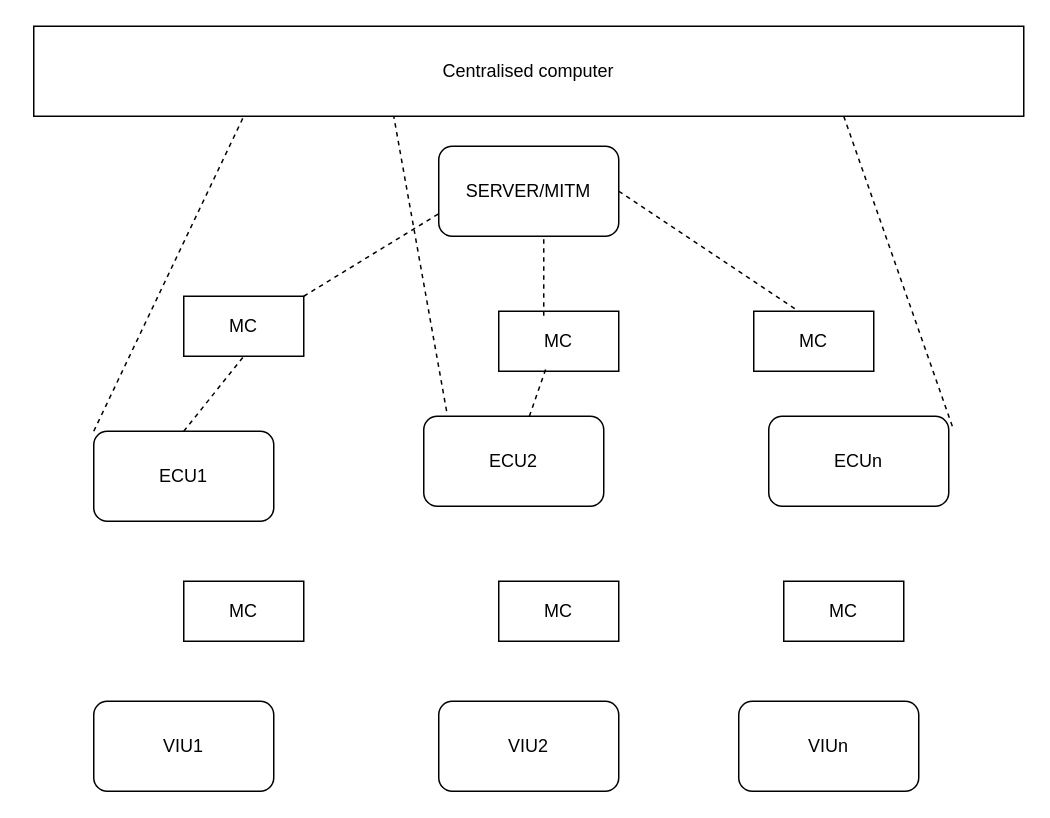
Earlier version of the draw.io diagram environmental setup.drawio (Sindhu281998/skills-introduction-to-github). Source tidied: cells renumbered, new cells numbered last; positions are measured from the earlier drawing's top-left corner, leaving out a move shared by most shapes. Both pictures are drawn from the tidied source at 150%, with x=0, y=0 at pixel (33, 26).
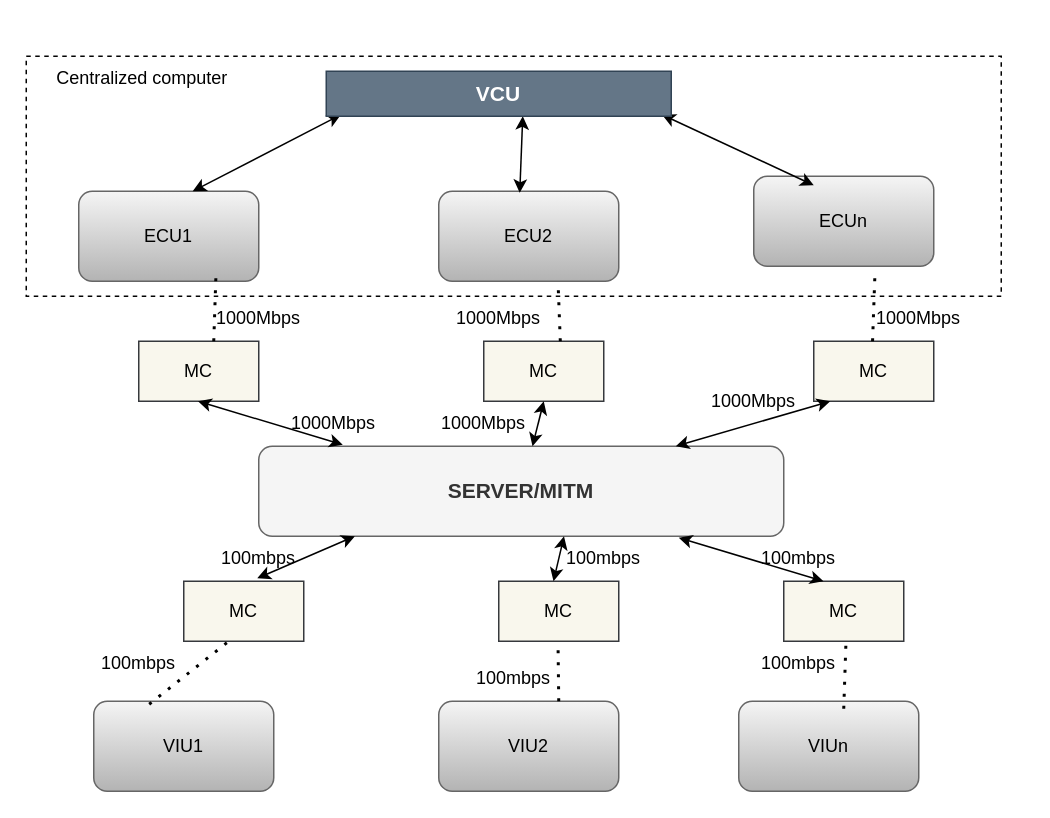
Above is the later version.

The edit, as a diff of the source:
```diff
@@
-    <mxCell id="2" value="SERVER/MITM" style="rounded=1;whiteSpace=wrap;html=1;" parent="1" vertex="1">
-      <mxGeometry x="270" y="80" width="120" height="60" as="geometry" />
+    <mxCell id="2" value="&lt;font style=&quot;font-size: 14px;&quot;&gt;&lt;b&gt;SERVER/MITM&lt;/b&gt;&lt;/font&gt;" style="rounded=1;whiteSpace=wrap;html=1;fillColor=#f5f5f5;fontColor=#333333;strokeColor=#666666;" parent="1" vertex="1">
+      <mxGeometry x="150" y="280" width="350" height="60" as="geometry" />
     </mxCell>
-    <mxCell id="3" value="ECU1" style="rounded=1;whiteSpace=wrap;html=1;" parent="1" vertex="1">
-      <mxGeometry x="40" y="270" width="120" height="60" as="geometry" />
+    <mxCell id="3" value="ECU1" style="rounded=1;whiteSpace=wrap;html=1;fillColor=#f5f5f5;gradientColor=#b3b3b3;strokeColor=#666666;" parent="1" vertex="1">
+      <mxGeometry x="30" y="110" width="120" height="60" as="geometry" />
     </mxCell>
-    <mxCell id="4" value="ECU2" style="rounded=1;whiteSpace=wrap;html=1;" parent="1" vertex="1">
-      <mxGeometry x="260" y="260" width="120" height="60" as="geometry" />
+    <mxCell id="4" value="ECU2" style="rounded=1;whiteSpace=wrap;html=1;fillColor=#f5f5f5;gradientColor=#b3b3b3;strokeColor=#666666;" parent="1" vertex="1">
+      <mxGeometry x="270" y="110" width="120" height="60" as="geometry" />
     </mxCell>
-    <mxCell id="5" value="ECUn" style="rounded=1;whiteSpace=wrap;html=1;" parent="1" vertex="1">
-      <mxGeometry x="490" y="260" width="120" height="60" as="geometry" />
+    <mxCell id="5" value="ECUn" style="rounded=1;whiteSpace=wrap;html=1;fillColor=#f5f5f5;gradientColor=#b3b3b3;strokeColor=#666666;" parent="1" vertex="1">
+      <mxGeometry x="480" y="100" width="120" height="60" as="geometry" />
     </mxCell>
-    <mxCell id="6" value="MC" style="rounded=0;whiteSpace=wrap;html=1;" parent="1" vertex="1">
-      <mxGeometry x="100" y="180" width="80" height="40" as="geometry" />
+    <mxCell id="6" value="MC" style="rounded=0;whiteSpace=wrap;html=1;fillColor=#f9f7ed;strokeColor=#36393d;" parent="1" vertex="1">
+      <mxGeometry x="70" y="210" width="80" height="40" as="geometry" />
     </mxCell>
-    <mxCell id="7" value="MC" style="rounded=0;whiteSpace=wrap;html=1;" parent="1" vertex="1">
-      <mxGeometry x="310" y="190" width="80" height="40" as="geometry" />
+    <mxCell id="7" value="MC" style="rounded=0;whiteSpace=wrap;html=1;fillColor=#f9f7ed;strokeColor=#36393d;" parent="1" vertex="1">
+      <mxGeometry x="300" y="210" width="80" height="40" as="geometry" />
     </mxCell>
-    <mxCell id="8" value="MC" style="rounded=0;whiteSpace=wrap;html=1;" parent="1" vertex="1">
-      <mxGeometry x="480" y="190" width="80" height="40" as="geometry" />
+    <mxCell id="8" value="MC" style="rounded=0;whiteSpace=wrap;html=1;fillColor=#f9f7ed;strokeColor=#36393d;" parent="1" vertex="1">
+      <mxGeometry x="520" y="210" width="80" height="40" as="geometry" />
     </mxCell>
-    <mxCell id="9" value="MC" style="rounded=0;whiteSpace=wrap;html=1;" parent="1" vertex="1">
+    <mxCell id="9" value="MC" style="rounded=0;whiteSpace=wrap;html=1;fillColor=#f9f7ed;strokeColor=#36393d;" parent="1" vertex="1">
       <mxGeometry x="100" y="370" width="80" height="40" as="geometry" />
     </mxCell>
-    <mxCell id="10" value="MC" style="rounded=0;whiteSpace=wrap;html=1;" parent="1" vertex="1">
+    <mxCell id="10" value="MC" style="rounded=0;whiteSpace=wrap;html=1;fillColor=#f9f7ed;strokeColor=#36393d;" parent="1" vertex="1">
       <mxGeometry x="310" y="370" width="80" height="40" as="geometry" />
     </mxCell>
-    <mxCell id="11" value="MC" style="rounded=0;whiteSpace=wrap;html=1;" parent="1" vertex="1">
+    <mxCell id="11" value="MC" style="rounded=0;whiteSpace=wrap;html=1;fillColor=#f9f7ed;strokeColor=#36393d;" parent="1" vertex="1">
       <mxGeometry x="500" y="370" width="80" height="40" as="geometry" />
     </mxCell>
-    <mxCell id="12" value="VIU1" style="rounded=1;whiteSpace=wrap;html=1;" parent="1" vertex="1">
+    <mxCell id="12" value="VIU1" style="rounded=1;whiteSpace=wrap;html=1;fillColor=#f5f5f5;gradientColor=#b3b3b3;strokeColor=#666666;" parent="1" vertex="1">
       <mxGeometry x="40" y="450" width="120" height="60" as="geometry" />
     </mxCell>
-    <mxCell id="13" value="VIU2" style="rounded=1;whiteSpace=wrap;html=1;" parent="1" vertex="1">
+    <mxCell id="13" value="VIU2" style="rounded=1;whiteSpace=wrap;html=1;fillColor=#f5f5f5;gradientColor=#b3b3b3;strokeColor=#666666;" parent="1" vertex="1">
       <mxGeometry x="270" y="450" width="120" height="60" as="geometry" />
     </mxCell>
-    <mxCell id="14" value="VIUn" style="rounded=1;whiteSpace=wrap;html=1;" parent="1" vertex="1">
+    <mxCell id="14" value="VIUn" style="rounded=1;whiteSpace=wrap;html=1;fillColor=#f5f5f5;gradientColor=#b3b3b3;strokeColor=#666666;" parent="1" vertex="1">
       <mxGeometry x="470" y="450" width="120" height="60" as="geometry" />
     </mxCell>
-    <mxCell id="15" value="Centralised computer" style="rounded=0;whiteSpace=wrap;html=1;" parent="1" vertex="1">
-      <mxGeometry width="660" height="60" as="geometry" />
-    </mxCell>
-    <mxCell id="16" style="endArrow=none;dashed=1;html=1;rounded=0;entryX=0;entryY=0.75;entryDx=0;entryDy=0;" parent="1" edge="1" target="2">
-      <mxGeometry relative="1" as="geometry">
-        <mxPoint x="180" y="180" as="sourcePoint" />
-      </mxGeometry>
-    </mxCell>
-    <mxCell id="17" style="endArrow=none;dashed=1;html=1;rounded=0;exitX=0.375;exitY=-0.175;exitDx=0;exitDy=0;exitPerimeter=0;" parent="1" edge="1">
-      <mxGeometry relative="1" as="geometry">
-        <mxPoint x="340" y="193" as="sourcePoint" />
-        <mxPoint x="340" y="140" as="targetPoint" />
-      </mxGeometry>
-    </mxCell>
-    <mxCell id="18" style="endArrow=none;dashed=1;html=1;rounded=0;exitX=1;exitY=0.5;exitDx=0;exitDy=0;" parent="1" edge="1" source="2">
-      <mxGeometry relative="1" as="geometry">
-        <mxPoint x="510" y="190" as="targetPoint" />
-      </mxGeometry>
-    </mxCell>
-    <mxCell id="19" style="endArrow=none;dashed=1;html=1;rounded=0;entryX=0;entryY=0.75;entryDx=0;entryDy=0;exitX=0;exitY=0;exitDx=0;exitDy=0;" parent="1" edge="1" source="3">
-      <mxGeometry relative="1" as="geometry">
-        <mxPoint x="140" y="60" as="targetPoint" />
-      </mxGeometry>
-    </mxCell>
-    <mxCell id="20" style="endArrow=none;dashed=1;html=1;rounded=0;entryX=0.395;entryY=0.945;entryDx=0;entryDy=0;entryPerimeter=0;" parent="1" edge="1" source="4" target="7">
-      <mxGeometry relative="1" as="geometry" />
-    </mxCell>
-    <mxCell id="21" style="endArrow=none;dashed=1;html=1;rounded=0;exitX=1;exitY=0.5;exitDx=0;exitDy=0;entryX=1.023;entryY=0.13;entryDx=0;entryDy=0;entryPerimeter=0;" parent="1" edge="1" target="5">
-      <mxGeometry relative="1" as="geometry">
-        <mxPoint x="540" y="60" as="sourcePoint" />
-      </mxGeometry>
-    </mxCell>
-    <mxCell id="22" style="endArrow=none;dashed=1;html=1;rounded=0;entryX=0.75;entryY=1;entryDx=0;entryDy=0;exitX=0.5;exitY=0;exitDx=0;exitDy=0;" parent="1" edge="1" source="3">
-      <mxGeometry relative="1" as="geometry">
-        <mxPoint x="140" y="220" as="targetPoint" />
-      </mxGeometry>
-    </mxCell>
-    <mxCell id="23" style="endArrow=none;dashed=1;html=1;rounded=0;exitX=0.127;exitY=-0.057;exitDx=0;exitDy=0;exitPerimeter=0;" parent="1" edge="1" source="4">
-      <mxGeometry relative="1" as="geometry">
-        <mxPoint x="240" y="60" as="targetPoint" />
-      </mxGeometry>
-    </mxCell>
+    <mxCell id="24" style="endArrow=classic;startArrow=classic;html=1;rounded=0;entryX=0.161;entryY=0.983;entryDx=0;entryDy=0;entryPerimeter=0;exitX=0.633;exitY=0;exitDx=0;exitDy=0;exitPerimeter=0;" parent="1" edge="1" source="3">
+      <mxGeometry relative="1" as="geometry">
+        <mxPoint x="204.7" y="59" as="targetPoint" />
+      </mxGeometry>
+    </mxCell>
+    <mxCell id="25" style="endArrow=classic;startArrow=classic;html=1;rounded=0;entryX=0.148;entryY=1.067;entryDx=0;entryDy=0;entryPerimeter=0;exitX=0.45;exitY=0.017;exitDx=0;exitDy=0;exitPerimeter=0;" parent="1" edge="1" source="4">
+      <mxGeometry relative="1" as="geometry">
+        <mxPoint x="326" y="60" as="targetPoint" />
+      </mxGeometry>
+    </mxCell>
+    <mxCell id="26" style="endArrow=classic;startArrow=classic;html=1;rounded=0;entryX=0.791;entryY=0.983;entryDx=0;entryDy=0;entryPerimeter=0;exitX=0.633;exitY=0;exitDx=0;exitDy=0;exitPerimeter=0;" parent="1" edge="1">
+      <mxGeometry relative="1" as="geometry">
+        <mxPoint x="520" y="106" as="sourcePoint" />
+        <mxPoint x="418.9" y="59" as="targetPoint" />
+      </mxGeometry>
+    </mxCell>
+    <mxCell id="27" style="endArrow=classic;startArrow=classic;html=1;rounded=0;entryX=0.161;entryY=0.983;entryDx=0;entryDy=0;entryPerimeter=0;exitX=0.16;exitY=-0.017;exitDx=0;exitDy=0;exitPerimeter=0;" parent="1" edge="1" source="2">
+      <mxGeometry relative="1" as="geometry">
+        <mxPoint x="109.5" y="250" as="targetPoint" />
+      </mxGeometry>
+    </mxCell>
+    <mxCell id="28" style="endArrow=classic;startArrow=classic;html=1;rounded=0;entryX=0.161;entryY=0.983;entryDx=0;entryDy=0;entryPerimeter=0;" parent="1" edge="1" source="2">
+      <mxGeometry relative="1" as="geometry">
+        <mxPoint x="340" y="250" as="targetPoint" />
+      </mxGeometry>
+    </mxCell>
+    <mxCell id="29" style="endArrow=classic;startArrow=classic;html=1;rounded=0;entryX=0.148;entryY=1.067;entryDx=0;entryDy=0;entryPerimeter=0;" parent="1" edge="1" source="2">
+      <mxGeometry relative="1" as="geometry">
+        <mxPoint x="531" y="250" as="targetPoint" />
+      </mxGeometry>
+    </mxCell>
+    <mxCell id="30" style="endArrow=classic;startArrow=classic;html=1;rounded=0;entryX=0.183;entryY=1;entryDx=0;entryDy=0;entryPerimeter=0;exitX=0.613;exitY=-0.05;exitDx=0;exitDy=0;exitPerimeter=0;" parent="1" edge="1" source="9" target="2">
+      <mxGeometry relative="1" as="geometry" />
+    </mxCell>
+    <mxCell id="31" style="endArrow=classic;startArrow=classic;html=1;rounded=0;entryX=0.161;entryY=0.983;entryDx=0;entryDy=0;entryPerimeter=0;exitX=0.16;exitY=-0.017;exitDx=0;exitDy=0;exitPerimeter=0;" parent="1" edge="1">
+      <mxGeometry relative="1" as="geometry">
+        <mxPoint x="526.5" y="370" as="sourcePoint" />
+        <mxPoint x="430" y="341" as="targetPoint" />
+      </mxGeometry>
+    </mxCell>
+    <mxCell id="32" style="endArrow=classic;startArrow=classic;html=1;rounded=0;entryX=0.161;entryY=0.983;entryDx=0;entryDy=0;entryPerimeter=0;" parent="1" edge="1">
+      <mxGeometry relative="1" as="geometry">
+        <mxPoint x="346.5" y="370" as="sourcePoint" />
+        <mxPoint x="353.5" y="340" as="targetPoint" />
+      </mxGeometry>
+    </mxCell>
+    <mxCell id="33" style="endArrow=none;dashed=1;html=1;dashPattern=1 3;strokeWidth=2;rounded=0;" parent="1" edge="1">
+      <mxGeometry relative="1" as="geometry">
+        <mxPoint x="350" y="450" as="sourcePoint" />
+        <mxPoint x="349.5" y="410" as="targetPoint" />
+      </mxGeometry>
+    </mxCell>
+    <mxCell id="34" style="endArrow=none;dashed=1;html=1;dashPattern=1 3;strokeWidth=2;rounded=0;exitX=0.308;exitY=0.033;exitDx=0;exitDy=0;exitPerimeter=0;" parent="1" edge="1" source="12">
+      <mxGeometry relative="1" as="geometry">
+        <mxPoint x="130" y="410" as="targetPoint" />
+      </mxGeometry>
+    </mxCell>
+    <mxCell id="35" style="endArrow=none;dashed=1;html=1;dashPattern=1 3;strokeWidth=2;rounded=0;exitX=0.638;exitY=0;exitDx=0;exitDy=0;exitPerimeter=0;" parent="1" edge="1" source="7">
+      <mxGeometry relative="1" as="geometry">
+        <mxPoint x="349.5" y="170" as="targetPoint" />
+      </mxGeometry>
+    </mxCell>
+    <mxCell id="36" style="endArrow=none;dashed=1;html=1;dashPattern=1 3;strokeWidth=2;rounded=0;exitX=0.35;exitY=-0.125;exitDx=0;exitDy=0;exitPerimeter=0;" parent="1" edge="1">
+      <mxGeometry relative="1" as="geometry">
+        <mxPoint x="120" y="210" as="sourcePoint" />
+        <mxPoint x="121.5" y="165" as="targetPoint" />
+      </mxGeometry>
+    </mxCell>
+    <mxCell id="37" style="endArrow=none;dashed=1;html=1;dashPattern=1 3;strokeWidth=2;rounded=0;exitX=0.35;exitY=-0.125;exitDx=0;exitDy=0;exitPerimeter=0;" parent="1" edge="1">
+      <mxGeometry relative="1" as="geometry">
+        <mxPoint x="559.2" y="210" as="sourcePoint" />
+        <mxPoint x="560.8" y="165" as="targetPoint" />
+      </mxGeometry>
+    </mxCell>
+    <mxCell id="38" style="endArrow=none;dashed=1;html=1;dashPattern=1 3;strokeWidth=2;rounded=0;exitX=0.35;exitY=-0.125;exitDx=0;exitDy=0;exitPerimeter=0;" parent="1" edge="1">
+      <mxGeometry relative="1" as="geometry">
+        <mxPoint x="540" y="455" as="sourcePoint" />
+        <mxPoint x="541.5" y="410" as="targetPoint" />
+      </mxGeometry>
+    </mxCell>
+    <mxCell id="39" value="1000Mbps" style="text;html=1;align=center;verticalAlign=middle;whiteSpace=wrap;rounded=0;" parent="1" vertex="1">
+      <mxGeometry x="120" y="180" width="60" height="30" as="geometry" />
+    </mxCell>
+    <mxCell id="40" value="1000Mbps" style="text;html=1;align=center;verticalAlign=middle;whiteSpace=wrap;rounded=0;" parent="1" vertex="1">
+      <mxGeometry x="270" y="250" width="60" height="30" as="geometry" />
+    </mxCell>
+    <mxCell id="41" value="1000Mbps" style="text;html=1;align=center;verticalAlign=middle;whiteSpace=wrap;rounded=0;" parent="1" vertex="1">
+      <mxGeometry x="450" y="240" width="60" height="20" as="geometry" />
+    </mxCell>
+    <mxCell id="42" value="100mbps" style="text;html=1;align=center;verticalAlign=middle;whiteSpace=wrap;rounded=0;" parent="1" vertex="1">
+      <mxGeometry x="40" y="410" width="60" height="30" as="geometry" />
+    </mxCell>
+    <mxCell id="43" value="100mbps" style="text;html=1;align=center;verticalAlign=middle;whiteSpace=wrap;rounded=0;" parent="1" vertex="1">
+      <mxGeometry x="290" y="420" width="60" height="30" as="geometry" />
+    </mxCell>
+    <mxCell id="44" value="100mbps" style="text;html=1;align=center;verticalAlign=middle;whiteSpace=wrap;rounded=0;" parent="1" vertex="1">
+      <mxGeometry x="480" y="410" width="60" height="30" as="geometry" />
+    </mxCell>
+    <mxCell id="45" value="100mbps" style="text;html=1;align=center;verticalAlign=middle;whiteSpace=wrap;rounded=0;" parent="1" vertex="1">
+      <mxGeometry x="120" y="340" width="60" height="30" as="geometry" />
+    </mxCell>
+    <mxCell id="46" value="100mbps" style="text;html=1;align=center;verticalAlign=middle;whiteSpace=wrap;rounded=0;" parent="1" vertex="1">
+      <mxGeometry x="350" y="340" width="60" height="30" as="geometry" />
+    </mxCell>
+    <mxCell id="47" value="100mbps" style="text;html=1;align=center;verticalAlign=middle;whiteSpace=wrap;rounded=0;" parent="1" vertex="1">
+      <mxGeometry x="480" y="340" width="60" height="30" as="geometry" />
+    </mxCell>
+    <mxCell id="48" value="1000Mbps" style="text;html=1;align=center;verticalAlign=middle;whiteSpace=wrap;rounded=0;" parent="1" vertex="1">
+      <mxGeometry x="170" y="250" width="60" height="30" as="geometry" />
+    </mxCell>
+    <mxCell id="49" value="1000Mbps" style="text;html=1;align=center;verticalAlign=middle;whiteSpace=wrap;rounded=0;" parent="1" vertex="1">
+      <mxGeometry x="280" y="180" width="60" height="30" as="geometry" />
+    </mxCell>
+    <mxCell id="50" value="1000Mbps" style="text;html=1;align=center;verticalAlign=middle;whiteSpace=wrap;rounded=0;" parent="1" vertex="1">
+      <mxGeometry x="560" y="180" width="60" height="30" as="geometry" />
+    </mxCell>
+    <mxCell id="51" style="text;html=1;align=center;verticalAlign=middle;whiteSpace=wrap;rounded=0;fillColor=none;strokeColor=#030303;dashed=1;" parent="1" vertex="1">
+      <mxGeometry x="-5" y="20" width="650" height="160" as="geometry" />
+    </mxCell>
+    <mxCell id="52" value="&lt;b&gt;&lt;font style=&quot;font-size: 14px;&quot;&gt;VCU&lt;/font&gt;&lt;/b&gt;" style="rounded=0;whiteSpace=wrap;html=1;fillColor=#647687;strokeColor=#314354;fontColor=#ffffff;" parent="1" vertex="1">
+      <mxGeometry x="195" y="30" width="230" height="30" as="geometry" />
+    </mxCell>
+    <mxCell id="53" value="Centralized computer" style="text;html=1;align=center;verticalAlign=middle;whiteSpace=wrap;rounded=0;" parent="1" vertex="1">
+      <mxGeometry x="-5" y="20" width="155" height="30" as="geometry" />
+    </mxCell>
```
